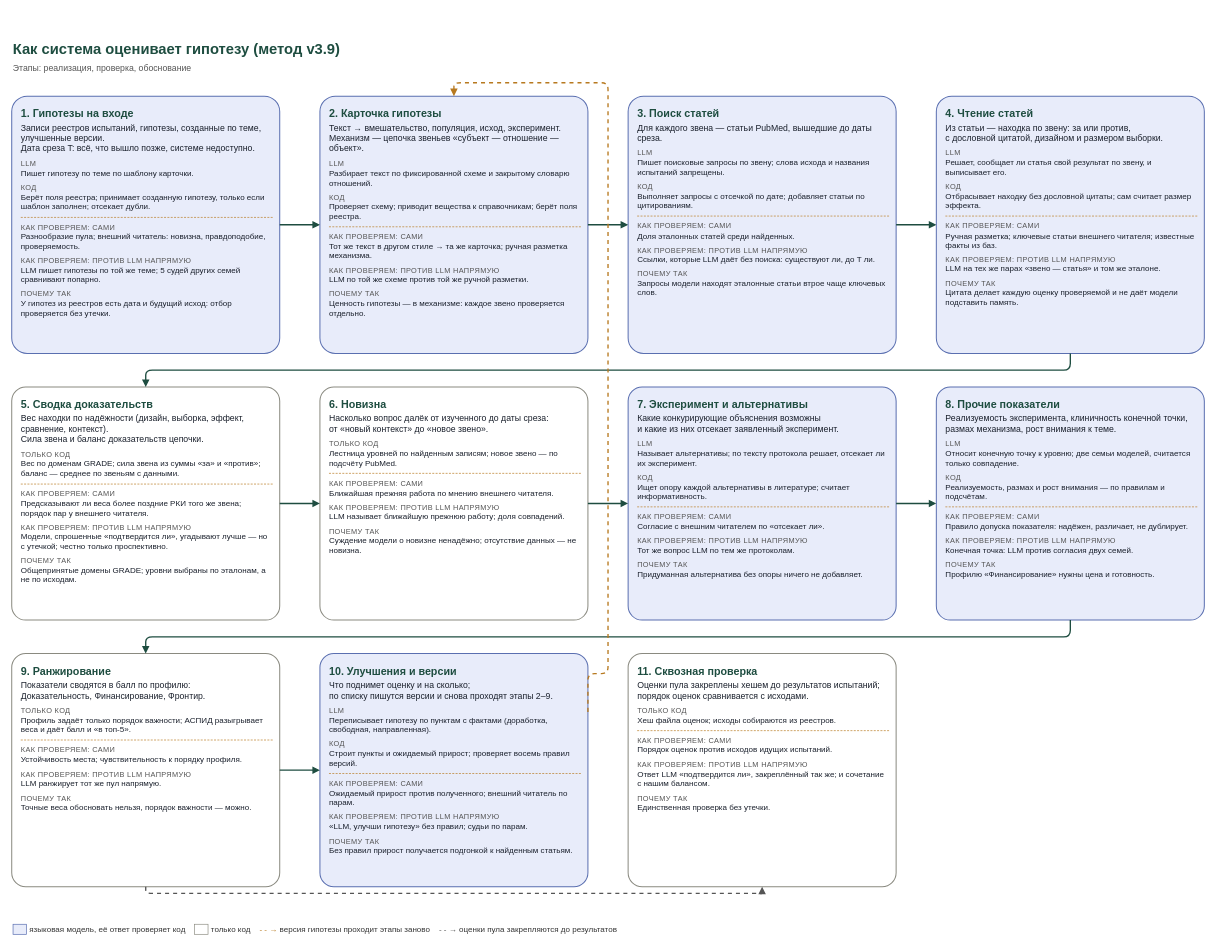
danrd/hyp-arena keeps this draw.io diagram as docs/system/flow_full.drawio. Above is the earlier version. Source tidied: cells renumbered, new cells numbered last; positions are measured from the earlier drawing's top-left corner, leaving out a move shared by most shapes. Both pictures are drawn from the tidied source at 67%, with x=0, y=0 at pixel (11, 36).
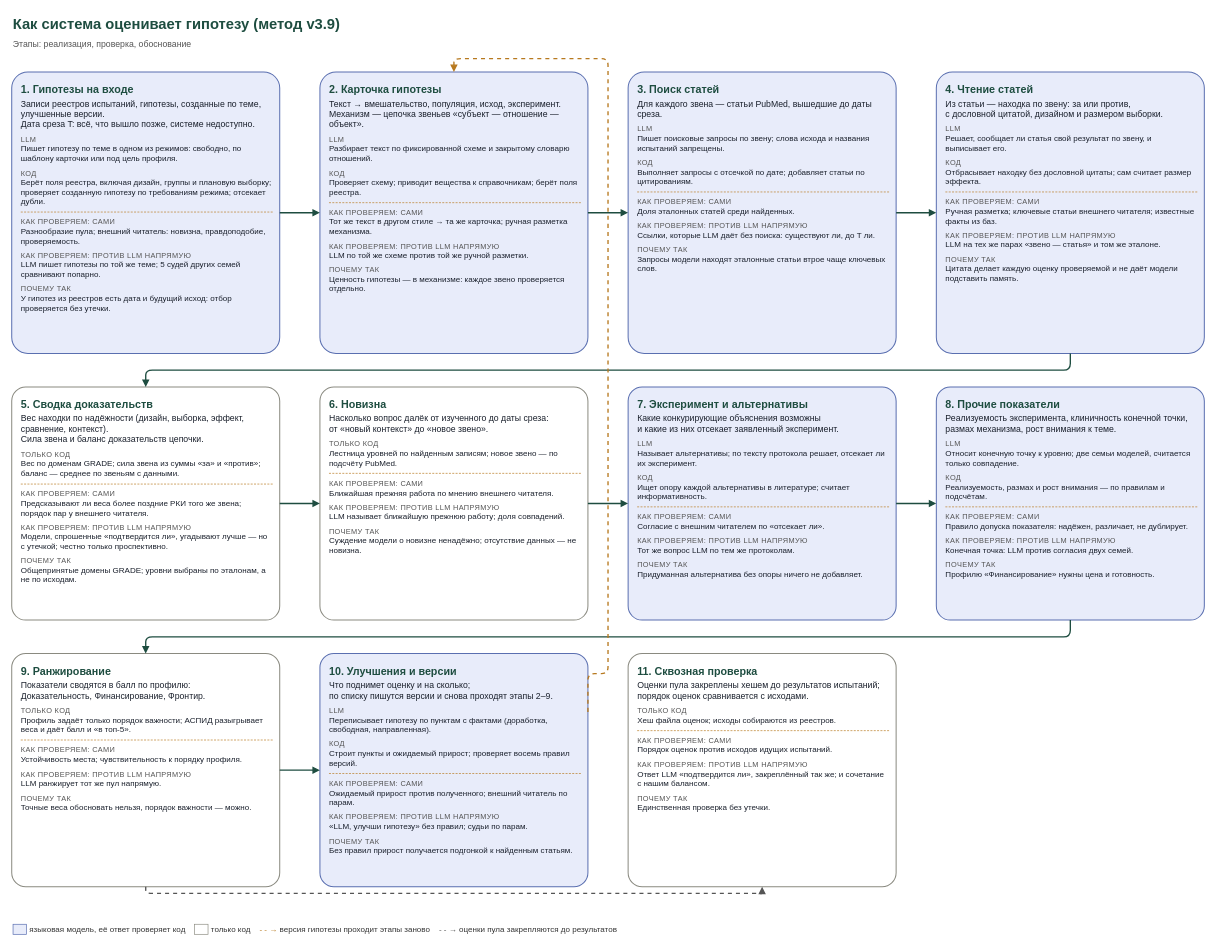
Above is the later version.

Unchanged cells that the change refers to:
```xml
<mxCell id="12" value="&lt;div style='font-size:16px;color:#1E4D40'&gt;&lt;b&gt;10. Улучшения и версии&lt;/b&gt;&lt;/div&gt;&lt;div style='margin-top:4px'&gt;Что поднимет оценку и на сколько;&lt;br/&gt;по списку пишутся версии и снова проходят этапы 2–9.&lt;/div&gt;&lt;div style='margin-top:8px;font-size:11px;color:#555;text-transform:uppercase;letter-spacing:0.5px'&gt;LLM&lt;/div&gt;&lt;div style='font-size:12px'&gt;&lt;div&gt;Переписывает гипотезу по пунктам с фактами (доработка, свободная, направленная).&lt;/div&gt;&lt;/div&gt;&lt;div style='margin-top:8px;font-size:11px;color:#555;text-transform:uppercase;letter-spacing:0.5px'&gt;Код&lt;/div&gt;&lt;div style='font-size:12px'&gt;&lt;div&gt;Строит пункты и ожидаемый прирост; проверяет восемь правил версий.&lt;/div&gt;&lt;/div&gt;&lt;div style='margin-top:8px;border-top:1px dashed #B7791F'&gt;&lt;/div&gt;&lt;div style='margin-top:8px;font-size:11px;color:#555;text-transform:uppercase;letter-spacing:0.5px'&gt;Как проверяем: сами&lt;/div&gt;&lt;div style='font-size:12px'&gt;&lt;div&gt;Ожидаемый прирост против полученного; внешний читатель по парам.&lt;/div&gt;&lt;/div&gt;&lt;div style='margin-top:8px;font-size:11px;color:#555;text-transform:uppercase;letter-spacing:0.5px'&gt;Как проверяем: против LLM напрямую&lt;/div&gt;&lt;div style='font-size:12px'&gt;&lt;div&gt;«LLM, улучши гипотезу» без правил; судьи по парам.&lt;/div&gt;&lt;/div&gt;&lt;div style='margin-top:8px;font-size:11px;color:#555;text-transform:uppercase;letter-spacing:0.5px'&gt;Почему так&lt;/div&gt;&lt;div style='font-size:12px'&gt;&lt;div&gt;Без правил прирост получается подгонкой к найденным статьям.&lt;/div&gt;&lt;/div&gt;" style="rounded=1;arcSize=6;whiteSpace=wrap;html=1;fillColor=#E8ECFA;strokeColor=#5A6FB0;strokeWidth=1.5;fontSize=13;fontColor=#1A202C;align=left;verticalAlign=top;spacingLeft=12;spacingRight=10;spacingTop=10;" parent="1" vertex="1">
  <mxGeometry x="460" y="922" width="400" height="348" as="geometry" />
</mxCell>
```

Change to the diagram source:
```diff
@@
     <mxCell id="2" value="&lt;b&gt;Как система оценивает гипотезу (метод v3.9)&lt;/b&gt;&lt;br/&gt;&lt;span style='font-size:13px;color:#555'&gt;Этапы: реализация, проверка, обоснование&lt;/span&gt;" style="text;html=1;fontSize=22;align=left;verticalAlign=top;fillColor=none;strokeColor=none;fontColor=#1E4D40;" parent="1" vertex="1">
-      <mxGeometry width="1780" height="56" as="geometry" />
+      <mxGeometry y="-36" width="1780" height="56" as="geometry" />
     </mxCell>
-    <mxCell id="3" value="&lt;div style='font-size:16px;color:#1E4D40'&gt;&lt;b&gt;1. Гипотезы на входе&lt;/b&gt;&lt;/div&gt;&lt;div style='margin-top:4px'&gt;Записи реестров испытаний, гипотезы, созданные по теме, улучшенные версии.&lt;br/&gt;Дата среза T: всё, что вышло позже, системе недоступно.&lt;/div&gt;&lt;div style='margin-top:8px;font-size:11px;color:#555;text-transform:uppercase;letter-spacing:0.5px'&gt;LLM&lt;/div&gt;&lt;div style='font-size:12px'&gt;&lt;div&gt;Пишет гипотезу по теме по шаблону карточки.&lt;/div&gt;&lt;/div&gt;&lt;div style='margin-top:8px;font-size:11px;color:#555;text-transform:uppercase;letter-spacing:0.5px'&gt;Код&lt;/div&gt;&lt;div style='font-size:12px'&gt;&lt;div&gt;Берёт поля реестра; принимает созданную гипотезу, только если шаблон заполнен; отсекает дубли.&lt;/div&gt;&lt;/div&gt;&lt;div style='margin-top:8px;border-top:1px dashed #B7791F'&gt;&lt;/div&gt;&lt;div style='margin-top:8px;font-size:11px;color:#555;text-transform:uppercase;letter-spacing:0.5px'&gt;Как проверяем: сами&lt;/div&gt;&lt;div style='font-size:12px'&gt;&lt;div&gt;Разнообразие пула; внешний читатель: новизна, правдоподобие, проверяемость.&lt;/div&gt;&lt;/div&gt;&lt;div style='margin-top:8px;font-size:11px;color:#555;text-transform:uppercase;letter-spacing:0.5px'&gt;Как проверяем: против LLM напрямую&lt;/div&gt;&lt;div style='font-size:12px'&gt;&lt;div&gt;LLM пишет гипотезы по той же теме; 5 судей других семей сравнивают попарно.&lt;/div&gt;&lt;/div&gt;&lt;div style='margin-top:8px;font-size:11px;color:#555;text-transform:uppercase;letter-spacing:0.5px'&gt;Почему так&lt;/div&gt;&lt;div style='font-size:12px'&gt;&lt;div&gt;У гипотез из реестров есть дата и будущий исход: отбор проверяется без утечки.&lt;/div&gt;&lt;/div&gt;" style="rounded=1;arcSize=6;whiteSpace=wrap;html=1;fillColor=#E8ECFA;strokeColor=#5A6FB0;strokeWidth=1.5;fontSize=13;fontColor=#1A202C;align=left;verticalAlign=top;spacingLeft=12;spacingRight=10;spacingTop=10;" parent="1" vertex="1">
-      <mxGeometry y="90" width="400" height="384" as="geometry" />
+    <mxCell id="3" value="&lt;div style='font-size:16px;color:#1E4D40'&gt;&lt;b&gt;1. Гипотезы на входе&lt;/b&gt;&lt;/div&gt;&lt;div style='margin-top:4px'&gt;Записи реестров испытаний, гипотезы, созданные по теме, улучшенные версии.&lt;br/&gt;Дата среза T: всё, что вышло позже, системе недоступно.&lt;/div&gt;&lt;div style='margin-top:8px;font-size:11px;color:#555;text-transform:uppercase;letter-spacing:0.5px'&gt;LLM&lt;/div&gt;&lt;div style='font-size:12px'&gt;&lt;div&gt;Пишет гипотезу по теме в одном из режимов: свободно, по шаблону карточки или под цель профиля.&lt;/div&gt;&lt;/div&gt;&lt;div style='margin-top:8px;font-size:11px;color:#555;text-transform:uppercase;letter-spacing:0.5px'&gt;Код&lt;/div&gt;&lt;div style='font-size:12px'&gt;&lt;div&gt;Берёт поля реестра, включая дизайн, группы и плановую выборку; проверяет созданную гипотезу по требованиям режима; отсекает дубли.&lt;/div&gt;&lt;/div&gt;&lt;div style='margin-top:8px;border-top:1px dashed #B7791F'&gt;&lt;/div&gt;&lt;div style='margin-top:8px;font-size:11px;color:#555;text-transform:uppercase;letter-spacing:0.5px'&gt;Как проверяем: сами&lt;/div&gt;&lt;div style='font-size:12px'&gt;&lt;div&gt;Разнообразие пула; внешний читатель: новизна, правдоподобие, проверяемость.&lt;/div&gt;&lt;/div&gt;&lt;div style='margin-top:8px;font-size:11px;color:#555;text-transform:uppercase;letter-spacing:0.5px'&gt;Как проверяем: против LLM напрямую&lt;/div&gt;&lt;div style='font-size:12px'&gt;&lt;div&gt;LLM пишет гипотезы по той же теме; 5 судей других семей сравнивают попарно.&lt;/div&gt;&lt;/div&gt;&lt;div style='margin-top:8px;font-size:11px;color:#555;text-transform:uppercase;letter-spacing:0.5px'&gt;Почему так&lt;/div&gt;&lt;div style='font-size:12px'&gt;&lt;div&gt;У гипотез из реестров есть дата и будущий исход: отбор проверяется без утечки.&lt;/div&gt;&lt;/div&gt;" style="rounded=1;arcSize=6;whiteSpace=wrap;html=1;fillColor=#E8ECFA;strokeColor=#5A6FB0;strokeWidth=1.5;fontSize=13;fontColor=#1A202C;align=left;verticalAlign=top;spacingLeft=12;spacingRight=10;spacingTop=10;" parent="1" vertex="1">
+      <mxGeometry y="54" width="400" height="420" as="geometry" />
     </mxCell>
     <mxCell id="4" value="&lt;div style='font-size:16px;color:#1E4D40'&gt;&lt;b&gt;2. Карточка гипотезы&lt;/b&gt;&lt;/div&gt;&lt;div style='margin-top:4px'&gt;Текст → вмешательство, популяция, исход, эксперимент.&lt;br/&gt;Механизм — цепочка звеньев «субъект — отношение — объект».&lt;/div&gt;&lt;div style='margin-top:8px;font-size:11px;color:#555;text-transform:uppercase;letter-spacing:0.5px'&gt;LLM&lt;/div&gt;&lt;div style='font-size:12px'&gt;&lt;div&gt;Разбирает текст по фиксированной схеме и закрытому словарю отношений.&lt;/div&gt;&lt;/div&gt;&lt;div style='margin-top:8px;font-size:11px;color:#555;text-transform:uppercase;letter-spacing:0.5px'&gt;Код&lt;/div&gt;&lt;div style='font-size:12px'&gt;&lt;div&gt;Проверяет схему; приводит вещества к справочникам; берёт поля реестра.&lt;/div&gt;&lt;/div&gt;&lt;div style='margin-top:8px;border-top:1px dashed #B7791F'&gt;&lt;/div&gt;&lt;div style='margin-top:8px;font-size:11px;color:#555;text-transform:uppercase;letter-spacing:0.5px'&gt;Как проверяем: сами&lt;/div&gt;&lt;div style='font-size:12px'&gt;&lt;div&gt;Тот же текст в другом стиле → та же карточка; ручная разметка механизма.&lt;/div&gt;&lt;/div&gt;&lt;div style='margin-top:8px;font-size:11px;color:#555;text-transform:uppercase;letter-spacing:0.5px'&gt;Как проверяем: против LLM напрямую&lt;/div&gt;&lt;div style='font-size:12px'&gt;&lt;div&gt;LLM по той же схеме против той же ручной разметки.&lt;/div&gt;&lt;/div&gt;&lt;div style='margin-top:8px;font-size:11px;color:#555;text-transform:uppercase;letter-spacing:0.5px'&gt;Почему так&lt;/div&gt;&lt;div style='font-size:12px'&gt;&lt;div&gt;Ценность гипотезы — в механизме: каждое звено проверяется отдельно.&lt;/div&gt;&lt;/div&gt;" style="rounded=1;arcSize=6;whiteSpace=wrap;html=1;fillColor=#E8ECFA;strokeColor=#5A6FB0;strokeWidth=1.5;fontSize=13;fontColor=#1A202C;align=left;verticalAlign=top;spacingLeft=12;spacingRight=10;spacingTop=10;" parent="1" vertex="1">
-      <mxGeometry x="460" y="90" width="400" height="384" as="geometry" />
+      <mxGeometry x="460" y="54" width="400" height="420" as="geometry" />
     </mxCell>
     <mxCell id="5" value="&lt;div style='font-size:16px;color:#1E4D40'&gt;&lt;b&gt;3. Поиск статей&lt;/b&gt;&lt;/div&gt;&lt;div style='margin-top:4px'&gt;Для каждого звена — статьи PubMed, вышедшие до даты среза.&lt;/div&gt;&lt;div style='margin-top:8px;font-size:11px;color:#555;text-transform:uppercase;letter-spacing:0.5px'&gt;LLM&lt;/div&gt;&lt;div style='font-size:12px'&gt;&lt;div&gt;Пишет поисковые запросы по звену; слова исхода и названия испытаний запрещены.&lt;/div&gt;&lt;/div&gt;&lt;div style='margin-top:8px;font-size:11px;color:#555;text-transform:uppercase;letter-spacing:0.5px'&gt;Код&lt;/div&gt;&lt;div style='font-size:12px'&gt;&lt;div&gt;Выполняет запросы с отсечкой по дате; добавляет статьи по цитированиям.&lt;/div&gt;&lt;/div&gt;&lt;div style='margin-top:8px;border-top:1px dashed #B7791F'&gt;&lt;/div&gt;&lt;div style='margin-top:8px;font-size:11px;color:#555;text-transform:uppercase;letter-spacing:0.5px'&gt;Как проверяем: сами&lt;/div&gt;&lt;div style='font-size:12px'&gt;&lt;div&gt;Доля эталонных статей среди найденных.&lt;/div&gt;&lt;/div&gt;&lt;div style='margin-top:8px;font-size:11px;color:#555;text-transform:uppercase;letter-spacing:0.5px'&gt;Как проверяем: против LLM напрямую&lt;/div&gt;&lt;div style='font-size:12px'&gt;&lt;div&gt;Ссылки, которые LLM даёт без поиска: существуют ли, до T ли.&lt;/div&gt;&lt;/div&gt;&lt;div style='margin-top:8px;font-size:11px;color:#555;text-transform:uppercase;letter-spacing:0.5px'&gt;Почему так&lt;/div&gt;&lt;div style='font-size:12px'&gt;&lt;div&gt;Запросы модели находят эталонные статьи втрое чаще ключевых слов.&lt;/div&gt;&lt;/div&gt;" style="rounded=1;arcSize=6;whiteSpace=wrap;html=1;fillColor=#E8ECFA;strokeColor=#5A6FB0;strokeWidth=1.5;fontSize=13;fontColor=#1A202C;align=left;verticalAlign=top;spacingLeft=12;spacingRight=10;spacingTop=10;" parent="1" vertex="1">
-      <mxGeometry x="920" y="90" width="400" height="384" as="geometry" />
+      <mxGeometry x="920" y="54" width="400" height="420" as="geometry" />
     </mxCell>
     <mxCell id="6" value="&lt;div style='font-size:16px;color:#1E4D40'&gt;&lt;b&gt;4. Чтение статей&lt;/b&gt;&lt;/div&gt;&lt;div style='margin-top:4px'&gt;Из статьи — находка по звену: за или против,&lt;br/&gt;с дословной цитатой, дизайном и размером выборки.&lt;/div&gt;&lt;div style='margin-top:8px;font-size:11px;color:#555;text-transform:uppercase;letter-spacing:0.5px'&gt;LLM&lt;/div&gt;&lt;div style='font-size:12px'&gt;&lt;div&gt;Решает, сообщает ли статья свой результат по звену, и выписывает его.&lt;/div&gt;&lt;/div&gt;&lt;div style='margin-top:8px;font-size:11px;color:#555;text-transform:uppercase;letter-spacing:0.5px'&gt;Код&lt;/div&gt;&lt;div style='font-size:12px'&gt;&lt;div&gt;Отбрасывает находку без дословной цитаты; сам считает размер эффекта.&lt;/div&gt;&lt;/div&gt;&lt;div style='margin-top:8px;border-top:1px dashed #B7791F'&gt;&lt;/div&gt;&lt;div style='margin-top:8px;font-size:11px;color:#555;text-transform:uppercase;letter-spacing:0.5px'&gt;Как проверяем: сами&lt;/div&gt;&lt;div style='font-size:12px'&gt;&lt;div&gt;Ручная разметка; ключевые статьи внешнего читателя; известные факты из баз.&lt;/div&gt;&lt;/div&gt;&lt;div style='margin-top:8px;font-size:11px;color:#555;text-transform:uppercase;letter-spacing:0.5px'&gt;Как проверяем: против LLM напрямую&lt;/div&gt;&lt;div style='font-size:12px'&gt;&lt;div&gt;LLM на тех же парах «звено — статья» и том же эталоне.&lt;/div&gt;&lt;/div&gt;&lt;div style='margin-top:8px;font-size:11px;color:#555;text-transform:uppercase;letter-spacing:0.5px'&gt;Почему так&lt;/div&gt;&lt;div style='font-size:12px'&gt;&lt;div&gt;Цитата делает каждую оценку проверяемой и не даёт модели подставить память.&lt;/div&gt;&lt;/div&gt;" style="rounded=1;arcSize=6;whiteSpace=wrap;html=1;fillColor=#E8ECFA;strokeColor=#5A6FB0;strokeWidth=1.5;fontSize=13;fontColor=#1A202C;align=left;verticalAlign=top;spacingLeft=12;spacingRight=10;spacingTop=10;" parent="1" vertex="1">
-      <mxGeometry x="1380" y="90" width="400" height="384" as="geometry" />
+      <mxGeometry x="1380" y="54" width="400" height="420" as="geometry" />
     </mxCell>
@@
     <mxCell id="23" style="edgeStyle=orthogonalEdgeStyle;rounded=1;html=1;endArrow=block;endFill=1;strokeColor=#1E4D40;strokeWidth=2;dashed=1;exitX=1;exitY=0.25;entryX=0.5;entryY=0;strokeColor=#B7791F;" parent="1" edge="1" source="12" target="4">
       <mxGeometry relative="1" as="geometry">
         <Array as="points">
           <mxPoint x="890" y="952" />
-          <mxPoint x="890" y="70" />
-          <mxPoint x="660" y="70" />
+          <mxPoint x="890" y="34" />
+          <mxPoint x="660" y="34" />
         </Array>
       </mxGeometry>
     </mxCell>
```
